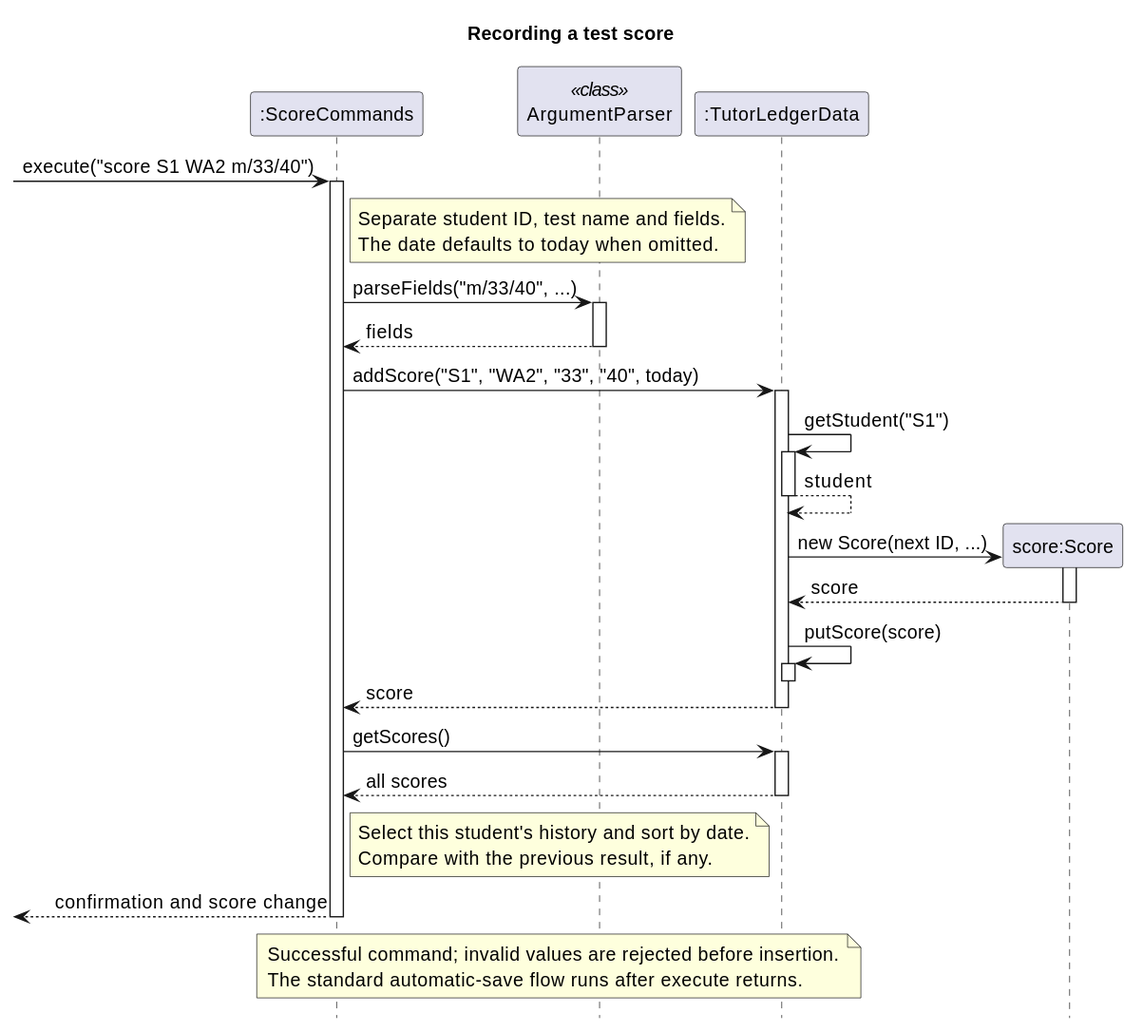
AY2627S1-CS2113-W12-2/tp keeps this PlantUML diagram as docs/diagrams/score-record-sequence.svg. Above is the earlier version. Its source is kept beside it as docs/diagrams/score-record-sequence.puml.
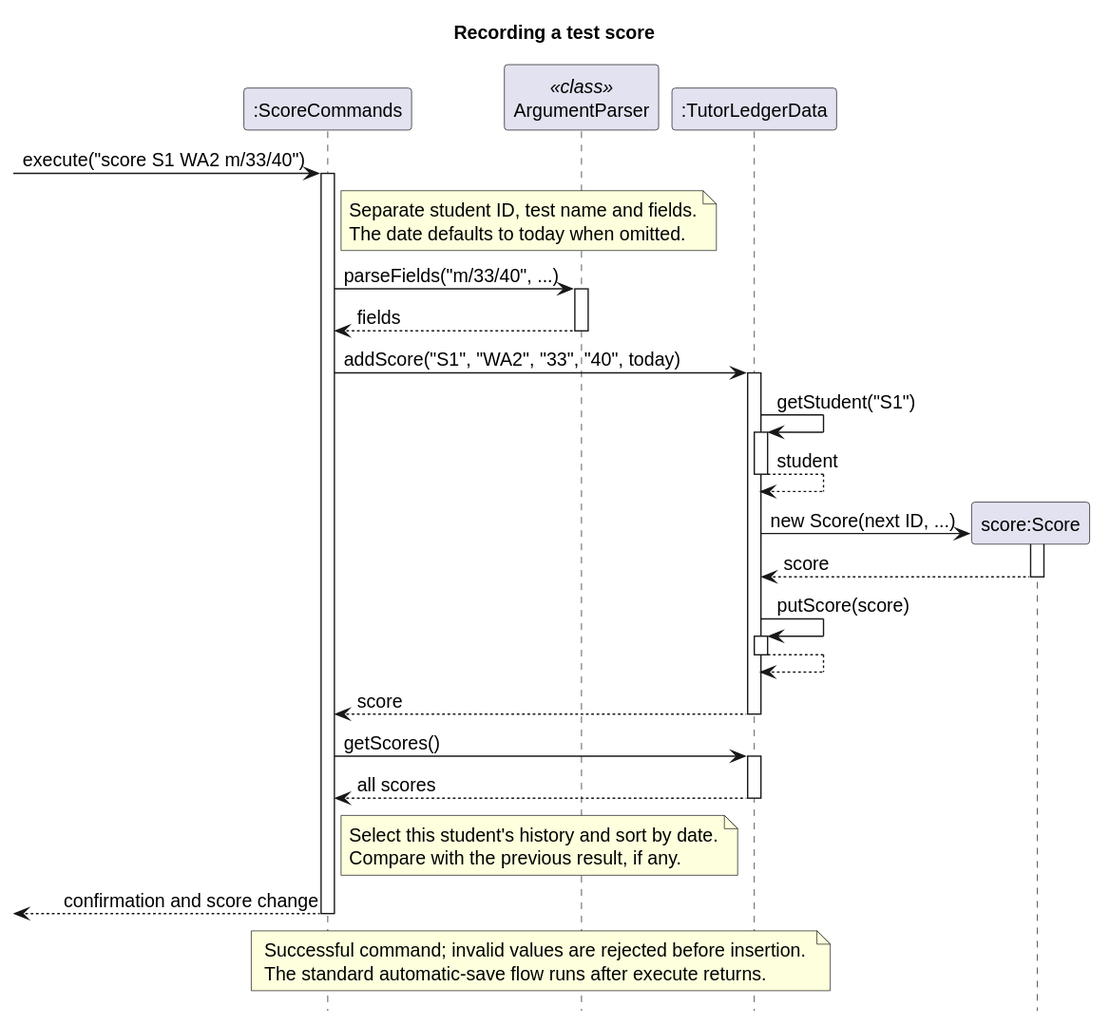
The same file after the commit.

Diff of the diagram source:
```diff
@@ -34,6 +34,7 @@
 deactivate Score
 Data -> Data : putScore(score)
 activate Data
+Data --> Data
 deactivate Data
 Data --> Commands : score
 deactivate Data
```
